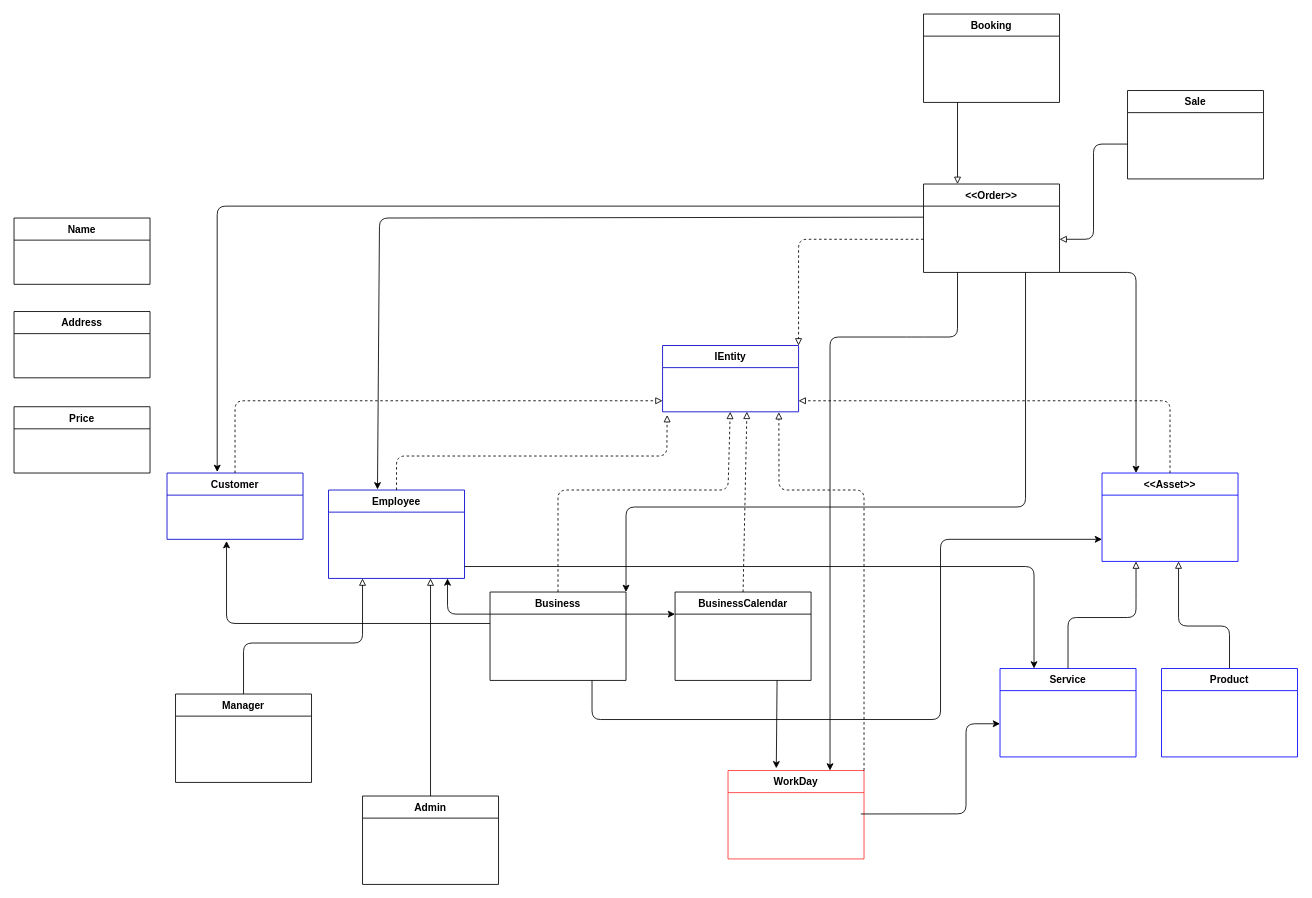
Above: docs/Domain Relationship Diagram.drawio in devcicerojr/booksa (draw.io), before the change. Source tidied: cells renumbered, new cells numbered last; positions are measured from the earlier drawing's top-left corner, leaving out a move shared by most shapes. Both pictures are drawn from the tidied source at 85%, with x=0, y=0 at pixel (14, 14).
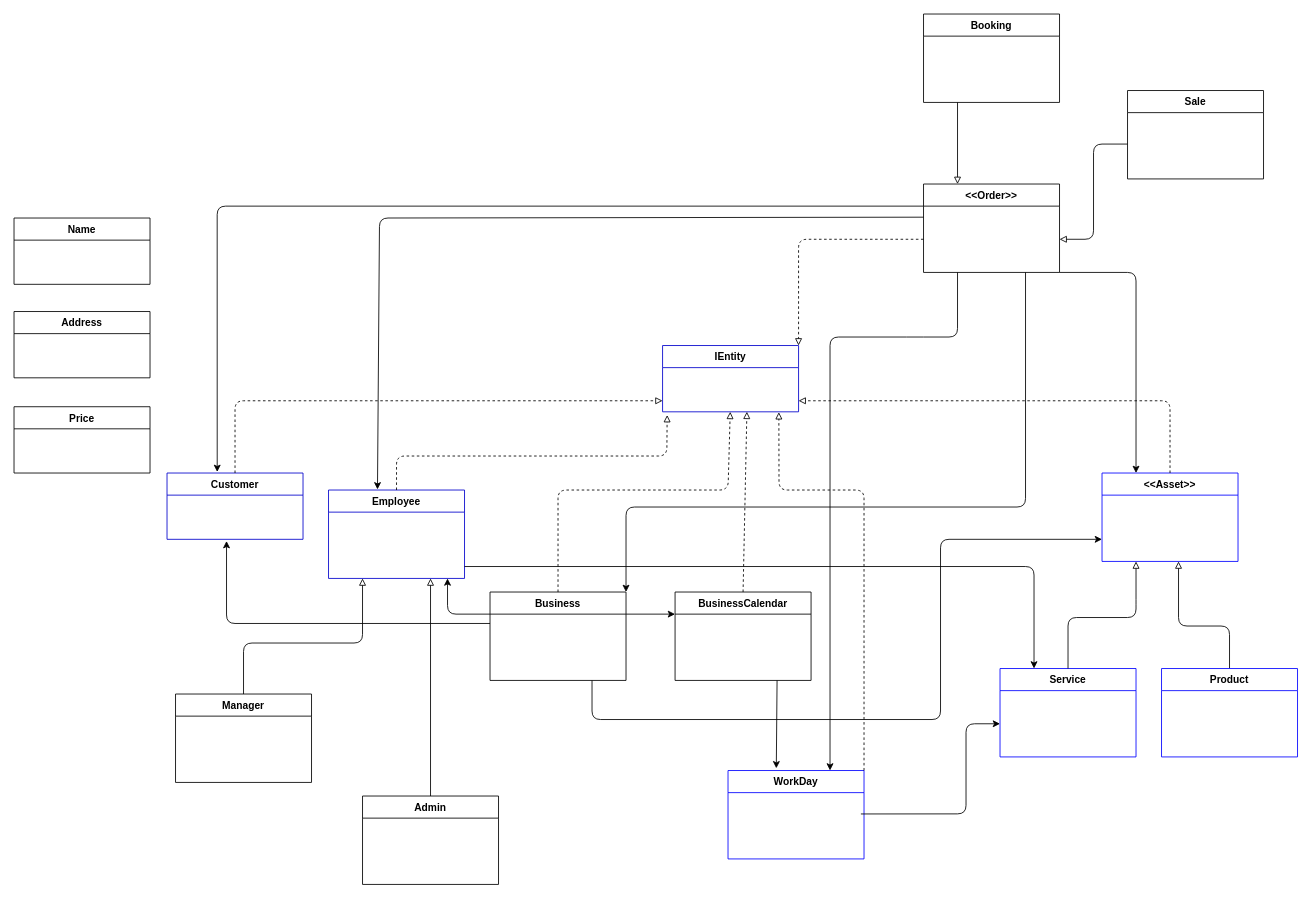
Above is the later version.

Commit message (it also covers changes not shown here):
Finished coding Domain/WorkDay class

Change to the diagram source:
```diff
@@
-    <mxCell id="31" value="WorkDay" style="swimlane;fontStyle=1;horizontal=1;startSize=26;rounded=0;shadow=0;strokeWidth=1;strokeColor=#FF3333;" parent="1" vertex="1">
+    <mxCell id="31" value="WorkDay" style="swimlane;fontStyle=1;horizontal=1;startSize=26;rounded=0;shadow=0;strokeWidth=1;strokeColor=#0000FF;" parent="1" vertex="1">
       <mxGeometry x="840" y="890" width="160" height="104" as="geometry" />
     </mxCell>
```
